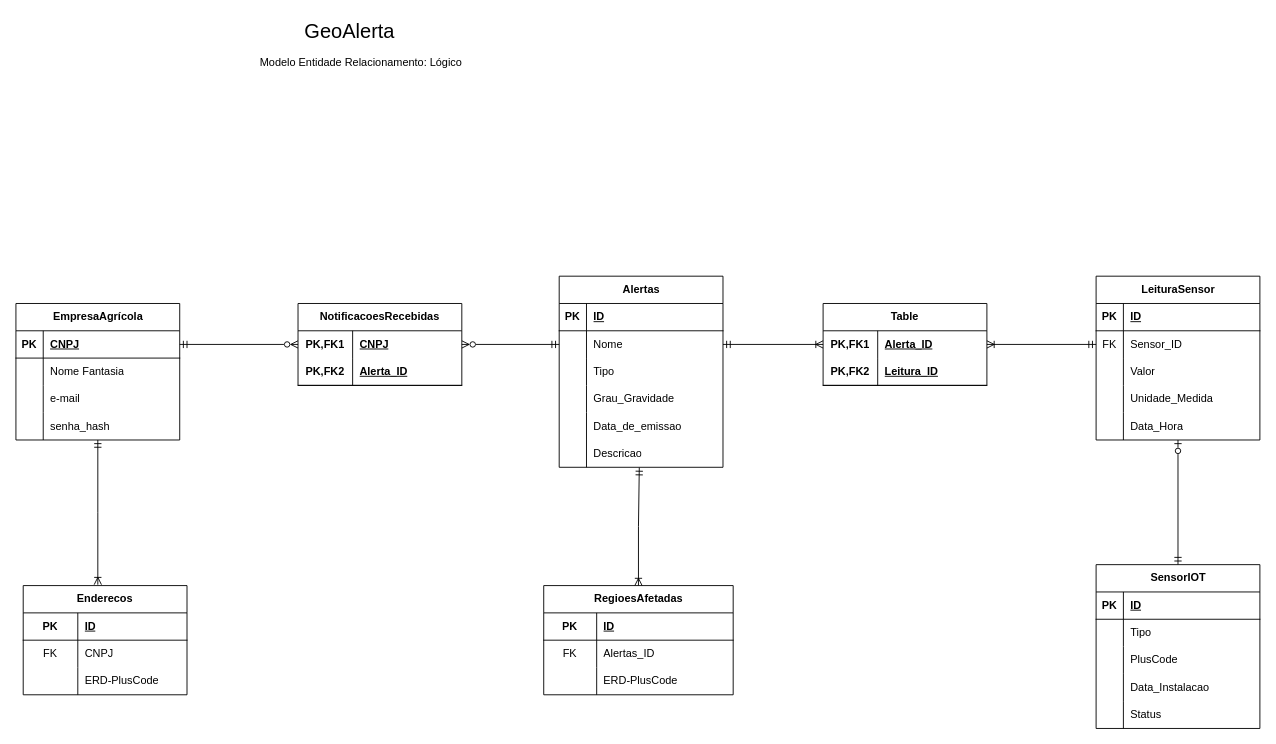
Above: page "Lógico" (2 of 3) of docs/database-design/Diagrama-ER.drawio in Code-Masters-F/GeoAlerta (draw.io), before the change. Source tidied: cells renumbered, new cells numbered last; positions are measured from the earlier drawing's top-left corner, leaving out a move shared by most shapes. Both pictures are drawn from the tidied source at 91%, with x=0, y=0 at pixel (15, 15).
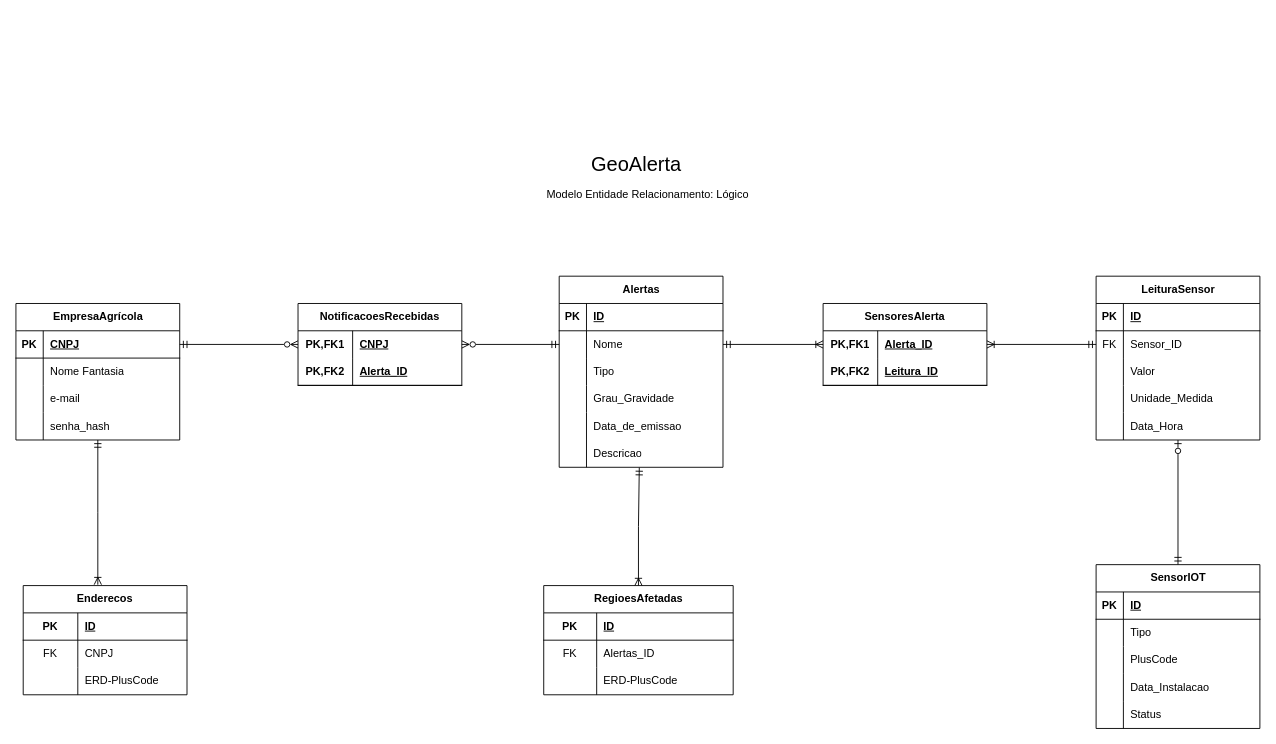
The same diagram, later.

The edit, as a diff of the source:
```diff
@@
     <mxCell id="55" value="Modelo Entidade Relacionamento: Lógico" style="text;html=1;whiteSpace=wrap;strokeColor=none;fillColor=none;align=center;verticalAlign=middle;rounded=0;" parent="1" vertex="1">
-      <mxGeometry x="265" y="36" width="229" height="30" as="geometry" />
+      <mxGeometry x="580" y="182" width="229" height="30" as="geometry" />
     </mxCell>
     <mxCell id="56" value="GeoAlerta" style="text;html=1;whiteSpace=wrap;strokeColor=none;fillColor=none;align=center;verticalAlign=middle;rounded=0;fontSize=22;" parent="1" vertex="1">
-      <mxGeometry x="313.5" width="106" height="36" as="geometry" />
+      <mxGeometry x="628.5" y="146" width="106" height="36" as="geometry" />
     </mxCell>
@@
-    <mxCell id="105" value="Table" style="shape=table;startSize=30;childLayout=tableLayout;rowLines=0;fontStyle=1;align=center;html=1;whiteSpace=wrap;" parent="1" vertex="1">
+    <mxCell id="105" value="SensoresAlerta" style="shape=table;startSize=30;childLayout=tableLayout;rowLines=0;fontStyle=1;align=center;html=1;whiteSpace=wrap;" parent="1" vertex="1">
       <mxGeometry x="887" y="316" width="180" height="90" as="geometry" />
     </mxCell>
```
